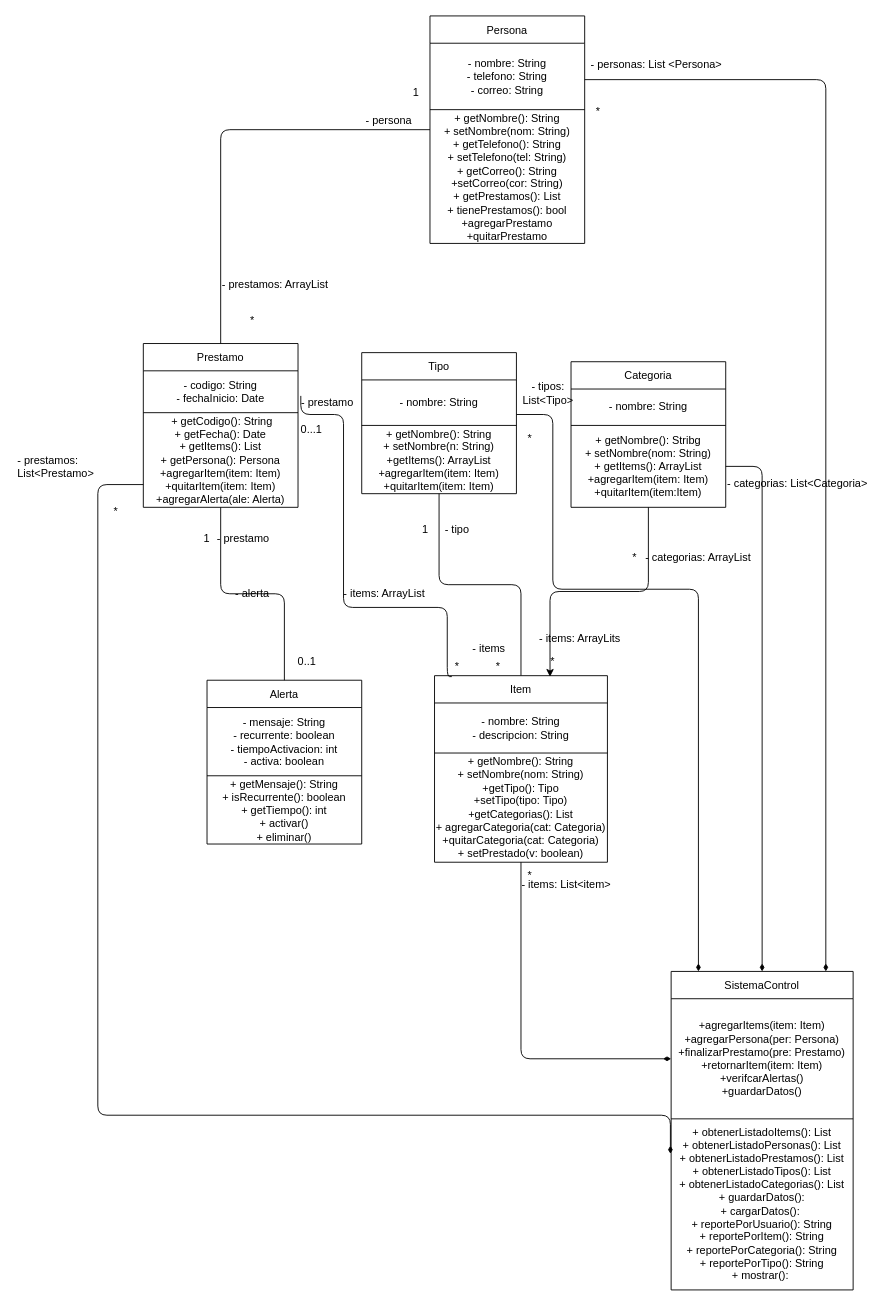
Before: Diagrama Actualizado.drawio in Pili2811/Control-de-Pr-stamos, a draw.io diagram. Source tidied: cells renumbered, new cells numbered last; positions are measured from the earlier drawing's top-left corner, leaving out a move shared by most shapes. Both pictures are drawn from the tidied source at 91%, with x=0, y=0 at pixel (15, 15).
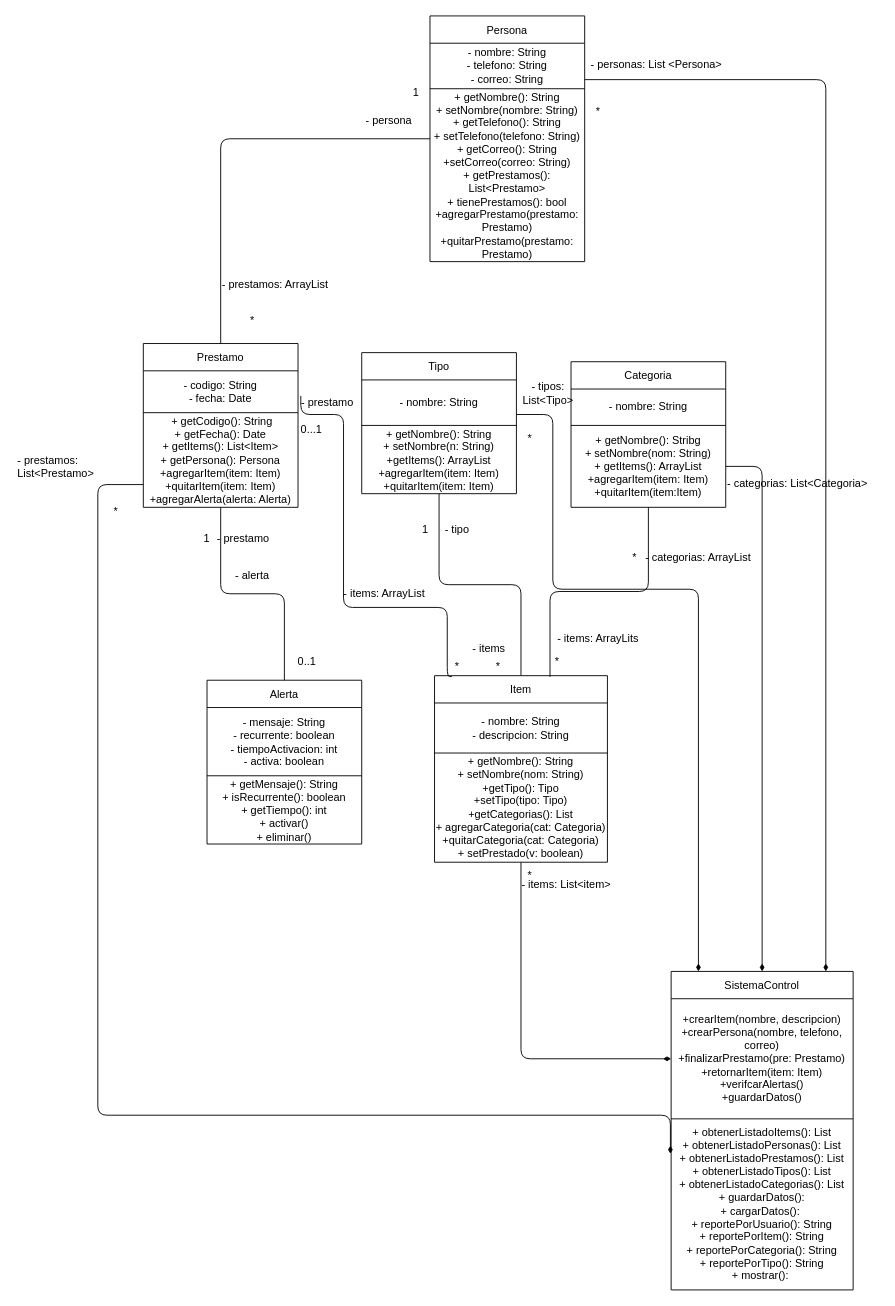
The same page after the edit.

Commit message (it also covers changes not shown here):
Actualizar Diagrama Clases.drawio

Unchanged cells that the change refers to:
```xml
<mxCell id="9" value="Item" style="shape=table;startSize=30;childLayout=tableLayout;fixedHeader=1;" parent="1" vertex="1">
  <mxGeometry x="460" y="725" width="190" height="205" as="geometry" />
</mxCell>
<mxCell id="21" style="shape=tableRow;horizontal=0;startSize=0;swimlaneHead=0;swimlaneBody=0;strokeColor=inherit;top=0;left=0;bottom=0;right=0;fillColor=none;points=[[0,0.5],[1,0.5]];portConstraint=eastwest;fixedHeader=1;" parent="20" vertex="1">
  <mxGeometry y="30" width="170" height="46" as="geometry" />
</mxCell>
<mxCell id="23" style="shape=tableRow;horizontal=0;startSize=0;swimlaneHead=0;swimlaneBody=0;strokeColor=inherit;top=0;left=0;bottom=0;right=0;fillColor=none;points=[[0,0.5],[1,0.5]];portConstraint=eastwest;fixedHeader=1;" parent="20" vertex="1">
  <mxGeometry y="76" width="170" height="104" as="geometry" />
</mxCell>
<mxCell id="32" style="shape=tableRow;horizontal=0;startSize=0;swimlaneHead=0;swimlaneBody=0;strokeColor=inherit;top=0;left=0;bottom=0;right=0;fillColor=none;points=[[0,0.5],[1,0.5]];portConstraint=eastwest;fixedHeader=1;" parent="31" vertex="1">
  <mxGeometry y="30" width="200" height="132" as="geometry" />
</mxCell>
<mxCell id="37" value="Categoria" style="shape=table;startSize=30;childLayout=tableLayout;fixedHeader=1;" parent="1" vertex="1">
  <mxGeometry x="610" y="380" width="170" height="160" as="geometry" />
</mxCell>
```

What changed in the source:
```diff
@@
-    <mxCell id="22" value="&lt;div&gt;- codigo: String&lt;/div&gt;&lt;div&gt;- fechaInicio: Date&lt;/div&gt;" style="shape=partialRectangle;html=1;whiteSpace=wrap;strokeColor=inherit;overflow=hidden;fillColor=none;top=0;left=0;bottom=0;right=0;" parent="21" vertex="1">
+    <mxCell id="22" value="&lt;div&gt;- codigo: String&lt;/div&gt;&lt;div&gt;- fecha: Date&lt;/div&gt;" style="shape=partialRectangle;html=1;whiteSpace=wrap;strokeColor=inherit;overflow=hidden;fillColor=none;top=0;left=0;bottom=0;right=0;" parent="21" vertex="1">
       <mxGeometry width="170" height="46" as="geometry" />
     </mxCell>
@@
-    <mxCell id="24" value="&lt;div&gt;&amp;nbsp;+ getCodigo(): String&lt;/div&gt;&lt;div&gt;+ getFecha(): Date&lt;/div&gt;&lt;div&gt;+ getItems(): List&lt;/div&gt;&lt;div&gt;+ getPersona(): Persona&lt;/div&gt;&lt;div&gt;+agregarItem(item: Item)&lt;/div&gt;&lt;div&gt;+quitarItem(item: Item)&lt;/div&gt;&lt;div&gt;+agregarAlerta(ale: Alerta)&lt;/div&gt;" style="shape=partialRectangle;html=1;whiteSpace=wrap;strokeColor=inherit;overflow=hidden;fillColor=none;top=0;left=0;bottom=0;right=0;" parent="23" vertex="1">
+    <mxCell id="24" value="&lt;div&gt;&amp;nbsp;+ getCodigo(): String&lt;/div&gt;&lt;div&gt;+ getFecha(): Date&lt;/div&gt;&lt;div&gt;+ getItems(): List&amp;lt;Item&amp;gt;&lt;/div&gt;&lt;div&gt;+ getPersona(): Persona&lt;/div&gt;&lt;div&gt;+agregarItem(item: Item)&lt;/div&gt;&lt;div&gt;+quitarItem(item: Item)&lt;/div&gt;&lt;div&gt;+agregarAlerta(alerta: Alerta)&lt;/div&gt;" style="shape=partialRectangle;html=1;whiteSpace=wrap;strokeColor=inherit;overflow=hidden;fillColor=none;top=0;left=0;bottom=0;right=0;" parent="23" vertex="1">
       <mxGeometry width="170" height="104" as="geometry" />
     </mxCell>
@@
     <mxCell id="26" value="Persona" style="shape=table;startSize=30;childLayout=tableLayout;fixedHeader=1;" parent="1" vertex="1">
-      <mxGeometry x="455" width="170" height="250" as="geometry" />
+      <mxGeometry x="455" width="170" height="270" as="geometry" />
     </mxCell>
     <mxCell id="27" style="shape=tableRow;horizontal=0;startSize=0;swimlaneHead=0;swimlaneBody=0;strokeColor=inherit;top=0;left=0;bottom=0;right=0;fillColor=none;points=[[0,0.5],[1,0.5]];portConstraint=eastwest;fixedHeader=1;" parent="26" vertex="1">
-      <mxGeometry y="30" width="170" height="73" as="geometry" />
+      <mxGeometry y="30" width="170" height="50" as="geometry" />
     </mxCell>
     <mxCell id="28" value="&lt;div&gt;&lt;span style=&quot;background-color: transparent; color: light-dark(rgb(0, 0, 0), rgb(255, 255, 255));&quot;&gt;- nombre: String&lt;/span&gt;&lt;/div&gt;&lt;div&gt;- telefono: String&lt;/div&gt;&lt;div&gt;- correo: String&lt;/div&gt;" style="shape=partialRectangle;html=1;whiteSpace=wrap;strokeColor=inherit;overflow=hidden;fillColor=none;top=0;left=0;bottom=0;right=0;" parent="27" vertex="1">
-      <mxGeometry width="170" height="73" as="geometry" />
+      <mxGeometry width="170" height="50" as="geometry" />
     </mxCell>
     <mxCell id="29" style="shape=tableRow;horizontal=0;startSize=0;swimlaneHead=0;swimlaneBody=0;strokeColor=inherit;top=0;left=0;bottom=0;right=0;fillColor=none;fixedHeader=1;" parent="26" vertex="1">
-      <mxGeometry y="103" width="170" height="147" as="geometry" />
+      <mxGeometry y="80" width="170" height="190" as="geometry" />
     </mxCell>
-    <mxCell id="30" value="&lt;div&gt;&lt;span style=&quot;background-color: transparent; color: light-dark(rgb(0, 0, 0), rgb(255, 255, 255));&quot;&gt;+ getNombre(): String&lt;/span&gt;&lt;/div&gt;&lt;div&gt;+ setNombre(nom: String)&lt;/div&gt;&lt;div&gt;+ getTelefono(): String&lt;/div&gt;&lt;div&gt;+ setTelefono(tel: String)&lt;/div&gt;&lt;div&gt;+ getCorreo(): String&lt;/div&gt;&lt;div&gt;+setCorreo(cor: String)&lt;/div&gt;&lt;div&gt;+ getPrestamos(): List&lt;/div&gt;&lt;div&gt;+ tienePrestamos(): bool&lt;/div&gt;&lt;div&gt;+agregarPrestamo&lt;/div&gt;&lt;div&gt;+quitarPrestamo&lt;/div&gt;" style="shape=partialRectangle;html=1;whiteSpace=wrap;strokeColor=inherit;overflow=hidden;fillColor=none;top=0;left=0;bottom=0;right=0;" parent="29" vertex="1">
-      <mxGeometry width="170" height="147" as="geometry" />
+    <mxCell id="30" value="&lt;div&gt;&lt;span style=&quot;background-color: transparent; color: light-dark(rgb(0, 0, 0), rgb(255, 255, 255));&quot;&gt;+ getNombre(): String&lt;/span&gt;&lt;/div&gt;&lt;div&gt;+ setNombre(nombre: String)&lt;/div&gt;&lt;div&gt;+ getTelefono(): String&lt;/div&gt;&lt;div&gt;+ setTelefono(telefono: String)&lt;/div&gt;&lt;div&gt;+ getCorreo(): String&lt;/div&gt;&lt;div&gt;+setCorreo(correo: String)&lt;/div&gt;&lt;div&gt;+ getPrestamos(): List&amp;lt;Prestamo&amp;gt;&lt;/div&gt;&lt;div&gt;+ tienePrestamos(): bool&lt;/div&gt;&lt;div&gt;+agregarPrestamo(prestamo: Prestamo)&lt;/div&gt;&lt;div&gt;+quitarPrestamo(prestamo: Prestamo)&lt;/div&gt;" style="shape=partialRectangle;html=1;whiteSpace=wrap;strokeColor=inherit;overflow=hidden;fillColor=none;top=0;left=0;bottom=0;right=0;" parent="29" vertex="1">
+      <mxGeometry width="170" height="190" as="geometry" />
     </mxCell>
@@
-    <mxCell id="33" value="&lt;div&gt;+agregarItems(item: Item)&lt;/div&gt;&lt;div&gt;+agregarPersona(per: Persona)&lt;/div&gt;&lt;div&gt;+finalizarPrestamo(pre: Prestamo)&lt;/div&gt;&lt;div&gt;+retornarItem(item: Item)&lt;/div&gt;&lt;div&gt;+verifcarAlertas()&lt;/div&gt;&lt;div&gt;+guardarDatos()&lt;/div&gt;" style="shape=partialRectangle;html=1;whiteSpace=wrap;strokeColor=inherit;overflow=hidden;fillColor=none;top=0;left=0;bottom=0;right=0;" parent="32" vertex="1">
+    <mxCell id="33" value="&lt;div&gt;+crearItem(nombre, descripcion)&lt;/div&gt;&lt;div&gt;+crearPersona(nombre, telefono, correo)&lt;/div&gt;&lt;div&gt;+finalizarPrestamo(pre: Prestamo)&lt;/div&gt;&lt;div&gt;+retornarItem(item: Item)&lt;/div&gt;&lt;div&gt;+verifcarAlertas()&lt;/div&gt;&lt;div&gt;+guardarDatos()&lt;/div&gt;" style="shape=partialRectangle;html=1;whiteSpace=wrap;strokeColor=inherit;overflow=hidden;fillColor=none;top=0;left=0;bottom=0;right=0;" parent="32" vertex="1">
       <mxGeometry width="200" height="132" as="geometry" />
     </mxCell>
@@
-    <mxCell id="53" style="edgeStyle=orthogonalEdgeStyle;rounded=1;jettySize=auto;html=1;entryX=0.668;entryY=0.006;entryDx=0;entryDy=0;entryPerimeter=0;curved=0;" parent="1" edge="1" source="37" target="9">
+    <mxCell id="53" style="edgeStyle=orthogonalEdgeStyle;rounded=1;jettySize=auto;html=1;entryX=0.668;entryY=0.006;entryDx=0;entryDy=0;entryPerimeter=0;curved=0;endArrow=none;endFill=0;" parent="1" edge="1" source="37" target="9">
       <mxGeometry relative="1" as="geometry" />
     </mxCell>
@@
     <mxCell id="55" value="*" style="text;html=1;whiteSpace=wrap;strokeColor=none;fillColor=none;align=center;verticalAlign=middle;rounded=0;" parent="1" vertex="1">
-      <mxGeometry x="560" y="695" width="60" height="30" as="geometry" />
+      <mxGeometry x="565" y="695" width="60" height="30" as="geometry" />
     </mxCell>
@@
     <mxCell id="65" value="- alerta" style="text;html=1;whiteSpace=wrap;strokeColor=none;fillColor=none;align=center;verticalAlign=middle;rounded=0;" parent="1" vertex="1">
-      <mxGeometry x="230" y="620" width="60" height="30" as="geometry" />
+      <mxGeometry x="230" y="600" width="60" height="30" as="geometry" />
     </mxCell>
@@
     <mxCell id="70" value="- items: ArrayLits" style="text;html=1;whiteSpace=wrap;strokeColor=none;fillColor=none;align=center;verticalAlign=middle;rounded=0;" parent="1" vertex="1">
-      <mxGeometry x="570" y="670" width="100" height="30" as="geometry" />
+      <mxGeometry x="590" y="670" width="100" height="30" as="geometry" />
     </mxCell>
```
